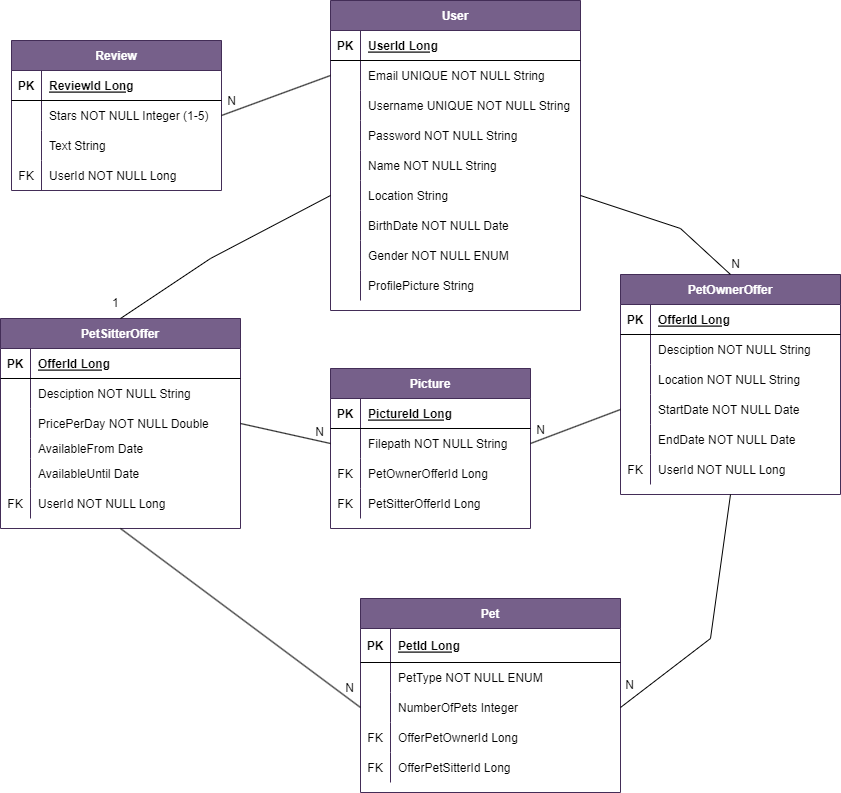
Above: DatabaseDiagram.png in bozhidarak/PetSitters (draw.io), before the change. Source tidied: cells renumbered, new cells last; positions are measured from the earlier drawing's top-left corner, leaving out a move shared by most shapes.
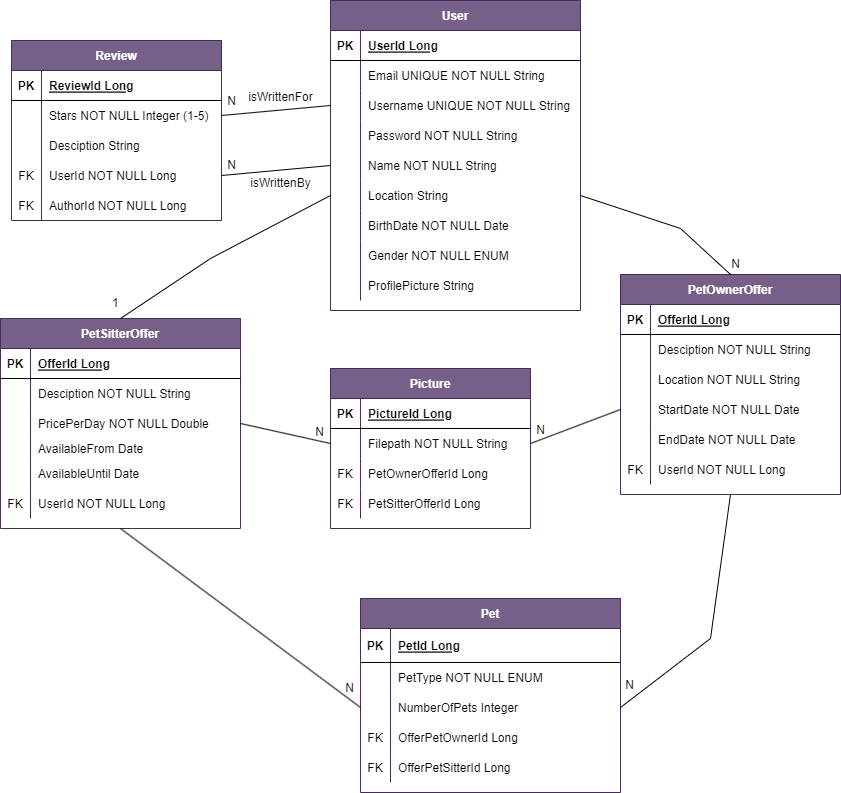
After the change.

Diff of the diagram source:
```diff
@@ -324,7 +324,7 @@
       </mxGeometry>
     </mxCell>
     <mxCell id="103" value="Review" style="shape=table;startSize=30;rowLines=0;fontStyle=1;align=center;fillColor=#76608a;fontColor=#ffffff;strokeColor=#432D57;" parent="1" vertex="1">
-      <mxGeometry x="11" y="40" width="210" height="150" as="geometry" />
+      <mxGeometry x="11" y="40" width="210" height="180" as="geometry" />
     </mxCell>
     <mxCell id="104" style="shape=partialRectangle;fillColor=none;top=0;left=0;right=0;bottom=1;" parent="103" vertex="1">
       <mxGeometry y="30" width="210" height="30" as="geometry" />
@@ -350,7 +350,7 @@
     <mxCell id="111" style="shape=partialRectangle;overflow=hidden;fillColor=none;top=0;left=0;bottom=0;right=0;" parent="110" vertex="1">
       <mxGeometry width="30" height="30" as="geometry" />
     </mxCell>
-    <mxCell id="112" value="Text String" style="shape=partialRectangle;overflow=hidden;fillColor=none;top=0;left=0;bottom=0;right=0;align=left;spacingLeft=6;" parent="110" vertex="1">
+    <mxCell id="112" value="Desciption String" style="shape=partialRectangle;overflow=hidden;fillColor=none;top=0;left=0;bottom=0;right=0;align=left;spacingLeft=6;" parent="110" vertex="1">
       <mxGeometry x="30" width="180" height="30" as="geometry" />
     </mxCell>
     <mxCell id="113" style="shape=partialRectangle;fillColor=none;points=[[0,0.5],[1,0.5]];portConstraint=eastwest;top=0;left=0;right=0;bottom=0;" parent="103" vertex="1">
@@ -362,7 +362,16 @@
     <mxCell id="115" value="UserId NOT NULL Long" style="shape=partialRectangle;overflow=hidden;fillColor=none;top=0;left=0;bottom=0;right=0;align=left;spacingLeft=6;" parent="113" vertex="1">
       <mxGeometry x="30" width="180" height="30" as="geometry" />
     </mxCell>
+    <mxCell id="124" style="shape=partialRectangle;fillColor=none;top=0;left=0;right=0;bottom=0;" parent="103" vertex="1">
+      <mxGeometry y="150" width="210" height="30" as="geometry" />
+    </mxCell>
+    <mxCell id="125" value="FK" style="shape=partialRectangle;overflow=hidden;fillColor=none;top=0;left=0;bottom=0;right=0;" parent="124" vertex="1">
+      <mxGeometry width="30" height="30" as="geometry" />
+    </mxCell>
+    <mxCell id="126" value="AuthorId NOT NULL Long" style="shape=partialRectangle;overflow=hidden;fillColor=none;top=0;left=0;bottom=0;right=0;align=left;spacingLeft=6;" parent="124" vertex="1">
+      <mxGeometry x="30" width="180" height="30" as="geometry" />
+    </mxCell>
-    <mxCell id="116" style="endArrow=none;html=1;rounded=0;entryX=1;entryY=0.5;entryDx=0;entryDy=0;exitX=0;exitY=0.5;exitDx=0;exitDy=0;" parent="1" edge="1" source="25" target="107">
+    <mxCell id="116" style="endArrow=none;html=1;rounded=0;entryX=1;entryY=0.5;entryDx=0;entryDy=0;exitX=0;exitY=0.5;exitDx=0;exitDy=0;" parent="1" edge="1" source="28" target="107">
       <mxGeometry relative="1" as="geometry" />
     </mxCell>
     <mxCell id="117" value="N" style="html=1;whiteSpace=wrap;align=right;verticalAlign=bottom;" parent="116" vertex="1">
@@ -370,6 +379,11 @@
         <mxPoint x="16" y="-6" as="offset" />
       </mxGeometry>
     </mxCell>
+    <mxCell id="127" value="isWrittenFor" style="edgeLabel;html=1;align=center;verticalAlign=middle;fontSize=12;" parent="116" vertex="1">
+      <mxGeometry x="-0.24" relative="1" as="geometry">
+        <mxPoint x="-9" y="-12" as="offset" />
+      </mxGeometry>
+    </mxCell>
     <mxCell id="118" style="endArrow=none;html=1;rounded=0;exitX=1;exitY=0.5;exitDx=0;exitDy=0;entryX=0;entryY=0.5;entryDx=0;entryDy=0;" parent="1" edge="1" source="9" target="88">
       <mxGeometry relative="1" as="geometry" />
     </mxCell>
@@ -394,5 +408,18 @@
         <mxPoint x="-5" y="-11" as="offset" />
       </mxGeometry>
     </mxCell>
+    <mxCell id="128" style="endArrow=none;html=1;rounded=0;fontSize=12;startSize=8;endSize=8;curved=1;exitX=1;exitY=0.5;exitDx=0;exitDy=0;entryX=0;entryY=0.5;entryDx=0;entryDy=0;" parent="1" edge="1" source="113" target="34">
+      <mxGeometry relative="1" as="geometry" />
+    </mxCell>
+    <mxCell id="129" value="isWrittenBy" style="edgeLabel;html=1;align=center;verticalAlign=middle;fontSize=12;" parent="128" vertex="1">
+      <mxGeometry x="0.08" y="-2" relative="1" as="geometry">
+        <mxPoint y="11" as="offset" />
+      </mxGeometry>
+    </mxCell>
+    <mxCell id="130" value="N" style="edgeLabel;html=1;align=center;verticalAlign=middle;fontSize=12;" parent="128" vertex="1">
+      <mxGeometry x="-0.52" y="4" relative="1" as="geometry">
+        <mxPoint x="-16" y="-4" as="offset" />
+      </mxGeometry>
+    </mxCell>
   </root>
 </mxGraphModel>
```
